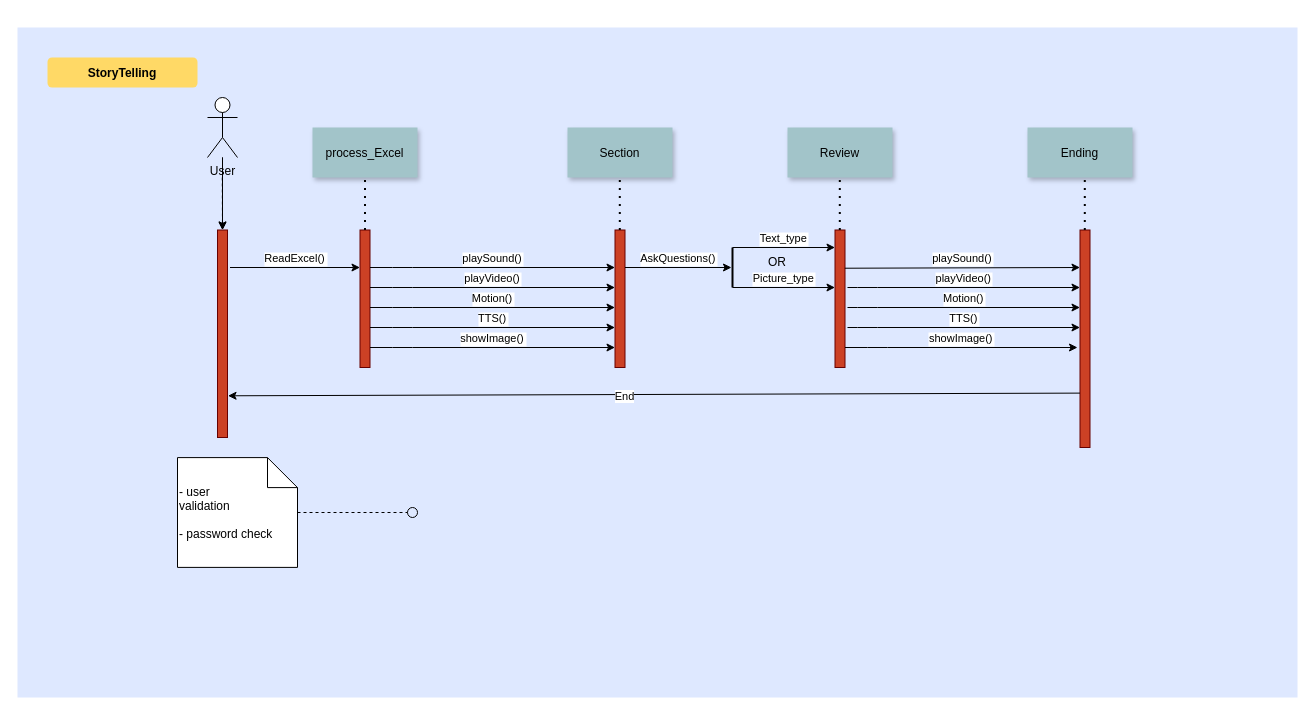
Before: page "sequence diagram" (1 of 2) of Untitled Diagram.drawio in chewwwyong/dosomethingexcel, a draw.io diagram. Source tidied: cells renumbered, new cells numbered last; positions are measured from the earlier drawing's top-left corner, leaving out a move shared by most shapes. Both pictures are drawn from the tidied source at 100%, with x=0, y=0 at pixel (17, 27).
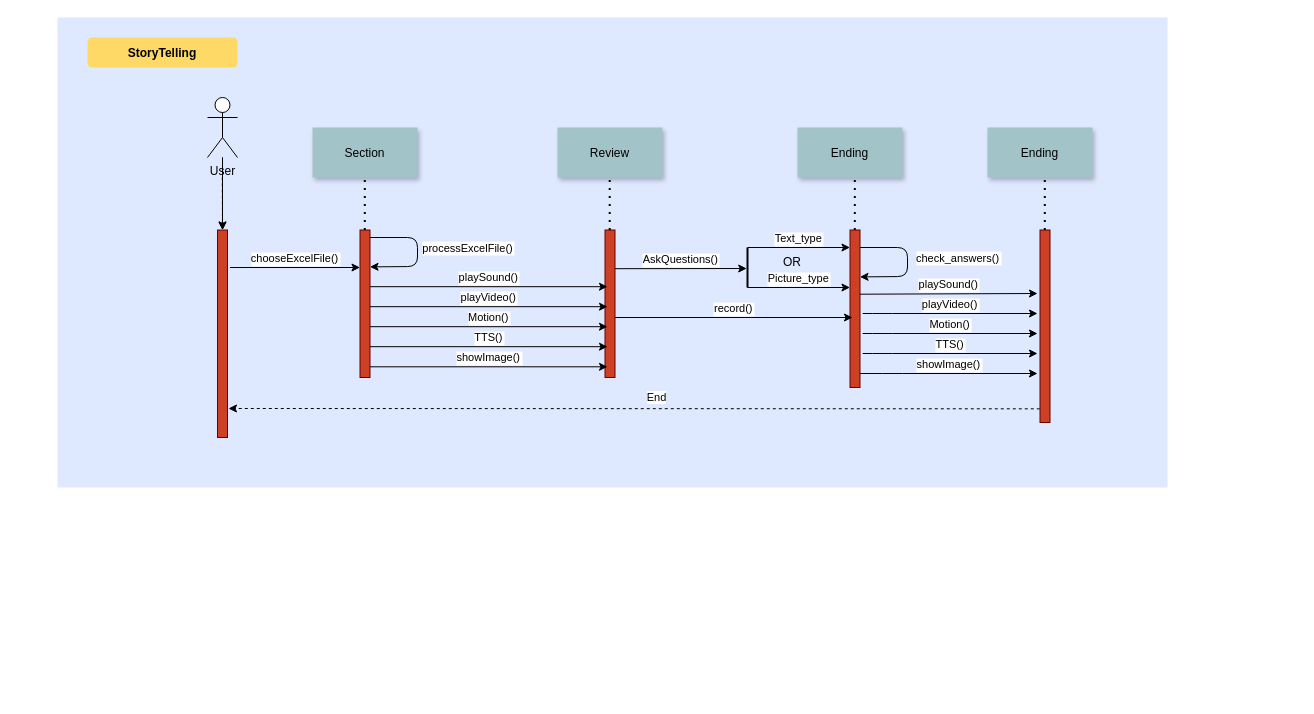
The same page after the edit.

The change refers to these unchanged cells:
```xml
<mxCell id="5" style="fillColor=#CC4125;strokeColor=#660000;" parent="1" vertex="1">
  <mxGeometry x="200" y="202.5" width="10" height="207.5" as="geometry" />
</mxCell>
```

What changed in the source:
```diff
@@
-    <mxCell id="2" style="edgeStyle=none;endArrow=none;" parent="1" edge="1">
-      <mxGeometry x="984.8" y="270" as="geometry">
-        <mxPoint x="1062.5" y="150" as="sourcePoint" />
-        <mxPoint x="1062.5" y="220" as="targetPoint" />
-      </mxGeometry>
-    </mxCell>
-    <mxCell id="3" style="edgeStyle=none;endArrow=none;" parent="1" edge="1">
-      <mxGeometry x="744.4" y="270" as="geometry">
-        <mxPoint x="822.2" y="150" as="sourcePoint" />
-        <mxPoint x="822.2" y="220" as="targetPoint" />
-      </mxGeometry>
-    </mxCell>
     <mxCell id="4" style="fillColor=#DEE8FF;strokeColor=none;" parent="1" vertex="1">
-      <mxGeometry width="1280" height="670" as="geometry" />
+      <mxGeometry x="40" y="-10" width="1110" height="470" as="geometry" />
     </mxCell>
@@
-    <mxCell id="6" value="process_Excel" style="shadow=1;fillColor=#A2C4C9;strokeColor=none;" parent="1" vertex="1">
-      <mxGeometry x="295" y="100" width="105" height="50" as="geometry" />
-    </mxCell>
-    <mxCell id="7" value="ReadExcel()" style="edgeStyle=none;verticalLabelPosition=top;verticalAlign=bottom;" parent="1" edge="1">
+    <mxCell id="7" value="chooseExcelFile()" style="edgeStyle=none;verticalLabelPosition=top;verticalAlign=bottom;" parent="1" edge="1">
       <mxGeometry x="222.5" y="112.5" as="geometry">
         <mxPoint x="212.5" y="240" as="sourcePoint" />
         <mxPoint x="342.5" y="240" as="targetPoint" />
       </mxGeometry>
     </mxCell>
     <mxCell id="8" value="Section" style="shadow=1;fillColor=#A2C4C9;strokeColor=none;" parent="1" vertex="1">
-      <mxGeometry x="550" y="100" width="105" height="50" as="geometry" />
+      <mxGeometry x="295" y="100" width="105" height="50" as="geometry" />
     </mxCell>
     <mxCell id="9" style="fillColor=#CC4125;strokeColor=#660000;" parent="1" vertex="1">
-      <mxGeometry x="597.5" y="202.5" width="10" height="137.5" as="geometry" />
+      <mxGeometry x="342.5" y="202.5" width="10" height="147.5" as="geometry" />
     </mxCell>
     <mxCell id="10" style="fillColor=#CC4125;strokeColor=#660000;" parent="1" vertex="1">
-      <mxGeometry x="817.5" y="202.5" width="10" height="137.5" as="geometry" />
+      <mxGeometry x="587.5" y="202.5" width="10" height="147.5" as="geometry" />
     </mxCell>
     <mxCell id="11" value="Review" style="shadow=1;fillColor=#A2C4C9;strokeColor=none;" parent="1" vertex="1">
-      <mxGeometry x="770" y="100" width="105" height="50" as="geometry" />
+      <mxGeometry x="540" y="100" width="105" height="50" as="geometry" />
     </mxCell>
     <mxCell id="12" value="Ending" style="shadow=1;fillColor=#A2C4C9;strokeColor=none;" parent="1" vertex="1">
-      <mxGeometry x="1010" y="100" width="105" height="50" as="geometry" />
+      <mxGeometry x="780" y="100" width="105" height="50" as="geometry" />
     </mxCell>
     <mxCell id="13" style="fillColor=#CC4125;strokeColor=#660000;" parent="1" vertex="1">
-      <mxGeometry x="1062.5" y="202.5" width="10" height="217.5" as="geometry" />
+      <mxGeometry x="832.5" y="202.5" width="10" height="157.5" as="geometry" />
     </mxCell>
-    <mxCell id="14" value="AskQuestions()" style="edgeStyle=elbowEdgeStyle;elbow=vertical;verticalLabelPosition=top;verticalAlign=bottom;entryX=0.503;entryY=0.602;entryDx=0;entryDy=0;entryPerimeter=0;" parent="1" edge="1" source="9" target="36">
-      <mxGeometry x="540" y="270" as="geometry">
-        <Array as="points">
-          <mxPoint x="640" y="240" />
-          <mxPoint x="590" y="310" />
-        </Array>
-      </mxGeometry>
-    </mxCell>
@@
-    <mxCell id="16" value=" - user&#10; validation&#10;&#10; - password check" style="shape=note;align=left;" parent="1" vertex="1">
-      <mxGeometry x="160" y="430.1" width="120" height="109.8" as="geometry" />
-    </mxCell>
     <mxCell id="17" value="StoryTelling" style="rounded=1;fontStyle=1;fillColor=#FFD966;strokeColor=none;" parent="1" vertex="1">
-      <mxGeometry x="30" y="30" width="150" height="30" as="geometry" />
+      <mxGeometry x="70" y="10" width="150" height="30" as="geometry" />
     </mxCell>
@@
-    <mxCell id="20" value="User" style="shape=umlActor;verticalLabelPosition=bottom;verticalAlign=top;html=1;outlineConnect=0;" parent="1" vertex="1">
+    <mxCell id="20" value="User" style="shape=umlActor;verticalLabelPosition=bottom;verticalAlign=top;html=1;outlineConnect=0;rotation=0;" parent="1" vertex="1">
       <mxGeometry x="190" y="70" width="30" height="60" as="geometry" />
     </mxCell>
-    <mxCell id="21" style="fillColor=#CC4125;strokeColor=#660000;" parent="1" vertex="1">
-      <mxGeometry x="342.5" y="202.5" width="10" height="137.5" as="geometry" />
-    </mxCell>
-    <mxCell id="22" style="ellipse;fillColor=none;direction=south;" parent="1" vertex="1">
-      <mxGeometry x="390" y="480" width="10" height="10" as="geometry" />
-    </mxCell>
-    <mxCell id="23" style="edgeStyle=none;endArrow=none;dashed=1;" parent="1" edge="1" source="16" target="22">
-      <mxGeometry x="1290" y="180" as="geometry" />
-    </mxCell>
-    <mxCell id="24" style="endArrow=classic;html=1;entryX=1.053;entryY=0.799;entryDx=0;entryDy=0;exitX=0;exitY=0.75;exitDx=0;exitDy=0;entryPerimeter=0;" parent="1" edge="1" source="13" target="5">
-      <mxGeometry relative="1" as="geometry" />
+    <mxCell id="24" style="endArrow=classic;html=1;dashed=1;exitX=-0.021;exitY=0.929;exitDx=0;exitDy=0;exitPerimeter=0;" parent="1" edge="1" source="57">
+      <mxGeometry relative="1" as="geometry">
+        <mxPoint x="211" y="381" as="targetPoint" />
+      </mxGeometry>
     </mxCell>
     <mxCell id="25" value="End" style="edgeLabel;html=1;align=center;verticalAlign=middle;" parent="24" vertex="1">
-      <mxGeometry x="0.07" y="1" relative="1" as="geometry" />
+      <mxGeometry x="0.07" y="1" relative="1" as="geometry">
+        <mxPoint x="50.2" y="-12.2" as="offset" />
+      </mxGeometry>
     </mxCell>
-    <mxCell id="26" value="playVideo()" style="edgeStyle=elbowEdgeStyle;elbow=vertical;verticalLabelPosition=top;verticalAlign=bottom;" parent="1" edge="1" target="9">
-      <mxGeometry x="285" y="290" as="geometry">
-        <mxPoint x="352.5" y="260" as="sourcePoint" />
-        <Array as="points">
-          <mxPoint x="385" y="260" />
-          <mxPoint x="335" y="330" />
-        </Array>
-      </mxGeometry>
-    </mxCell>
-    <mxCell id="27" value="Motion()" style="edgeStyle=elbowEdgeStyle;elbow=vertical;verticalLabelPosition=top;verticalAlign=bottom;" parent="1" edge="1">
-      <mxGeometry x="285" y="310" as="geometry">
-        <mxPoint x="352.5" y="280" as="sourcePoint" />
-        <mxPoint x="597.5" y="280" as="targetPoint" />
-        <Array as="points">
-          <mxPoint x="385" y="280" />
-          <mxPoint x="335" y="350" />
-        </Array>
-      </mxGeometry>
-    </mxCell>
-    <mxCell id="28" value="playSound()" style="edgeStyle=elbowEdgeStyle;elbow=vertical;verticalLabelPosition=top;verticalAlign=bottom;" parent="1" edge="1">
-      <mxGeometry x="285" y="270" as="geometry">
-        <mxPoint x="352.5" y="240" as="sourcePoint" />
-        <mxPoint x="597.5" y="240" as="targetPoint" />
-        <Array as="points">
-          <mxPoint x="385" y="240" />
-          <mxPoint x="335" y="310" />
-        </Array>
-      </mxGeometry>
-    </mxCell>
-    <mxCell id="29" value="TTS()" style="edgeStyle=elbowEdgeStyle;elbow=vertical;verticalLabelPosition=top;verticalAlign=bottom;" parent="1" edge="1">
-      <mxGeometry x="285" y="330" as="geometry">
-        <mxPoint x="352.5" y="300" as="sourcePoint" />
-        <mxPoint x="597.5" y="300" as="targetPoint" />
-        <Array as="points">
-          <mxPoint x="385" y="300" />
-          <mxPoint x="335" y="370" />
-        </Array>
-      </mxGeometry>
-    </mxCell>
-    <mxCell id="30" value="playVideo()" style="edgeStyle=elbowEdgeStyle;elbow=vertical;verticalLabelPosition=top;verticalAlign=bottom;" parent="1" edge="1">
-      <mxGeometry x="750" y="290" as="geometry">
-        <mxPoint x="830" y="260" as="sourcePoint" />
-        <mxPoint x="1062.5" y="260" as="targetPoint" />
-        <Array as="points">
-          <mxPoint x="850" y="260" />
-          <mxPoint x="800" y="330" />
-        </Array>
-      </mxGeometry>
-    </mxCell>
-    <mxCell id="31" value="Motion()" style="edgeStyle=elbowEdgeStyle;elbow=vertical;verticalLabelPosition=top;verticalAlign=bottom;" parent="1" edge="1">
-      <mxGeometry x="750" y="310" as="geometry">
-        <mxPoint x="830" y="280" as="sourcePoint" />
-        <mxPoint x="1062.5" y="280" as="targetPoint" />
-        <Array as="points">
-          <mxPoint x="850" y="280" />
-          <mxPoint x="800" y="350" />
-        </Array>
-      </mxGeometry>
-    </mxCell>
-    <mxCell id="32" value="playSound()" style="edgeStyle=elbowEdgeStyle;elbow=vertical;verticalLabelPosition=top;verticalAlign=bottom;exitX=0.983;exitY=0.278;exitDx=0;exitDy=0;exitPerimeter=0;" parent="1" edge="1" source="10">
-      <mxGeometry x="750" y="270" as="geometry">
-        <mxPoint x="1062.5" y="240" as="targetPoint" />
-        <Array as="points">
-          <mxPoint x="850" y="240" />
-          <mxPoint x="800" y="310" />
-        </Array>
-      </mxGeometry>
-    </mxCell>
-    <mxCell id="33" value="TTS()" style="edgeStyle=elbowEdgeStyle;elbow=vertical;verticalLabelPosition=top;verticalAlign=bottom;" parent="1" edge="1">
-      <mxGeometry x="750" y="330" as="geometry">
-        <mxPoint x="830" y="300" as="sourcePoint" />
-        <mxPoint x="1062.5" y="300" as="targetPoint" />
-        <Array as="points">
-          <mxPoint x="850" y="300" />
-          <mxPoint x="800" y="370" />
-        </Array>
-      </mxGeometry>
-    </mxCell>
     <mxCell id="34" value="Text_type" style="edgeStyle=elbowEdgeStyle;elbow=vertical;verticalLabelPosition=top;verticalAlign=bottom;" parent="1" edge="1">
-      <mxGeometry x="647.5" y="250" as="geometry">
-        <mxPoint x="715" y="220" as="sourcePoint" />
-        <mxPoint x="817.5" y="220" as="targetPoint" />
+      <mxGeometry x="662.5" y="250" as="geometry">
+        <mxPoint x="730" y="220" as="sourcePoint" />
+        <mxPoint x="832.5" y="220" as="targetPoint" />
         <Array as="points">
-          <mxPoint x="747.5" y="220" />
-          <mxPoint x="697.5" y="290" />
+          <mxPoint x="762.5" y="220" />
+          <mxPoint x="712.5" y="290" />
         </Array>
       </mxGeometry>
     </mxCell>
     <mxCell id="35" value="Picture_type" style="edgeStyle=elbowEdgeStyle;elbow=vertical;verticalLabelPosition=top;verticalAlign=bottom;" parent="1" edge="1">
-      <mxGeometry x="647.5" y="290" as="geometry">
-        <mxPoint x="715" y="260" as="sourcePoint" />
-        <mxPoint x="817.5" y="260" as="targetPoint" />
+      <mxGeometry x="662.5" y="290" as="geometry">
+        <mxPoint x="730" y="260" as="sourcePoint" />
+        <mxPoint x="832.5" y="260" as="targetPoint" />
         <Array as="points">
-          <mxPoint x="747.5" y="260" />
-          <mxPoint x="697.5" y="330" />
+          <mxPoint x="762.5" y="260" />
+          <mxPoint x="712.5" y="330" />
         </Array>
       </mxGeometry>
     </mxCell>
     <mxCell id="36" style="line;strokeWidth=2;direction=south;html=1;" parent="1" vertex="1">
-      <mxGeometry x="710" y="220" width="10" height="40" as="geometry" />
+      <mxGeometry x="725" y="220" width="10" height="40" as="geometry" />
     </mxCell>
     <mxCell id="37" value="OR" style="text;html=1;fillColor=none;align=center;verticalAlign=middle;whiteSpace=wrap;rounded=0;" parent="1" vertex="1">
-      <mxGeometry x="750" y="230" width="20" height="10" as="geometry" />
+      <mxGeometry x="765" y="230" width="20" height="10" as="geometry" />
     </mxCell>
-    <mxCell id="38" value="showImage()" style="edgeStyle=elbowEdgeStyle;elbow=vertical;verticalLabelPosition=top;verticalAlign=bottom;" parent="1" edge="1">
-      <mxGeometry x="285" y="350" as="geometry">
-        <mxPoint x="352.5" y="320" as="sourcePoint" />
-        <mxPoint x="597.5" y="320" as="targetPoint" />
-        <Array as="points">
-          <mxPoint x="385" y="320" />
-          <mxPoint x="335" y="390" />
-        </Array>
-      </mxGeometry>
-    </mxCell>
-    <mxCell id="39" value="showImage()" style="edgeStyle=elbowEdgeStyle;elbow=vertical;verticalLabelPosition=top;verticalAlign=bottom;" parent="1" edge="1">
-      <mxGeometry x="760" y="350" as="geometry">
-        <mxPoint x="827.5" y="320" as="sourcePoint" />
-        <mxPoint x="1060" y="320" as="targetPoint" />
-        <Array as="points">
-          <mxPoint x="860" y="320" />
-          <mxPoint x="810" y="390" />
-        </Array>
-      </mxGeometry>
-    </mxCell>
-    <mxCell id="40" style="endArrow=none;dashed=1;html=1;dashPattern=1 3;strokeWidth=2;entryX=0.5;entryY=1;entryDx=0;entryDy=0;exitX=0.5;exitY=0;exitDx=0;exitDy=0;" parent="1" edge="1" source="21" target="6">
-      <mxGeometry relative="1" as="geometry" />
-    </mxCell>
     <mxCell id="41" style="endArrow=none;dashed=1;html=1;dashPattern=1 3;strokeWidth=2;entryX=0.5;entryY=1;entryDx=0;entryDy=0;exitX=0.5;exitY=0;exitDx=0;exitDy=0;" parent="1" edge="1">
       <mxGeometry relative="1" as="geometry">
-        <mxPoint x="602.3" y="202.5" as="sourcePoint" />
-        <mxPoint x="602.3" y="150" as="targetPoint" />
+        <mxPoint x="347.3" y="202.5" as="sourcePoint" />
+        <mxPoint x="347.3" y="150" as="targetPoint" />
       </mxGeometry>
     </mxCell>
-    <mxCell id="42" style="endArrow=none;dashed=1;html=1;dashPattern=1 3;strokeWidth=2;entryX=0.5;entryY=1;entryDx=0;entryDy=0;exitX=0.5;exitY=0;exitDx=0;exitDy=0;" parent="1" edge="1">
-      <mxGeometry relative="1" as="geometry">
-        <mxPoint x="822.3" y="202.5" as="sourcePoint" />
-        <mxPoint x="822.3" y="150" as="targetPoint" />
-      </mxGeometry>
-    </mxCell>
     <mxCell id="43" style="endArrow=none;dashed=1;html=1;dashPattern=1 3;strokeWidth=2;entryX=0.5;entryY=1;entryDx=0;entryDy=0;exitX=0.5;exitY=0;exitDx=0;exitDy=0;" parent="1" edge="1">
       <mxGeometry relative="1" as="geometry">
-        <mxPoint x="1067.3" y="202.5" as="sourcePoint" />
-        <mxPoint x="1067.3" y="150" as="targetPoint" />
+        <mxPoint x="837.3" y="202.5" as="sourcePoint" />
+        <mxPoint x="837.3" y="150" as="targetPoint" />
       </mxGeometry>
     </mxCell>
+    <mxCell id="14" value="AskQuestions()" style="edgeStyle=elbowEdgeStyle;elbow=vertical;verticalLabelPosition=top;verticalAlign=bottom;jumpStyle=arc;entryX=0.535;entryY=0.581;entryDx=0;entryDy=0;entryPerimeter=0;" parent="1" edge="1" target="36">
+      <mxGeometry x="785" y="271.2" as="geometry">
+        <mxPoint x="597.5" y="241.2" as="sourcePoint" />
+        <Array as="points">
+          <mxPoint x="710" y="241" />
+        </Array>
+      </mxGeometry>
+    </mxCell>
+    <mxCell id="44" value="playVideo()" style="edgeStyle=elbowEdgeStyle;elbow=vertical;verticalLabelPosition=top;verticalAlign=bottom;" parent="1" edge="1">
+      <mxGeometry x="285" y="309.2" as="geometry">
+        <mxPoint x="352.5" y="279.2" as="sourcePoint" />
+        <mxPoint x="590" y="279.4" as="targetPoint" />
+        <Array as="points">
+          <mxPoint x="385" y="279.2" />
+          <mxPoint x="335" y="349.2" />
+        </Array>
+      </mxGeometry>
+    </mxCell>
+    <mxCell id="45" value="Motion()" style="edgeStyle=elbowEdgeStyle;elbow=vertical;verticalLabelPosition=top;verticalAlign=bottom;" parent="1" edge="1">
+      <mxGeometry x="285" y="329.2" as="geometry">
+        <mxPoint x="352.5" y="299.2" as="sourcePoint" />
+        <mxPoint x="590" y="299.4" as="targetPoint" />
+        <Array as="points">
+          <mxPoint x="385" y="299.2" />
+          <mxPoint x="335" y="369.2" />
+        </Array>
+      </mxGeometry>
+    </mxCell>
+    <mxCell id="28" value="playSound()" style="edgeStyle=elbowEdgeStyle;elbow=vertical;verticalLabelPosition=top;verticalAlign=bottom;" parent="1" edge="1">
+      <mxGeometry x="285" y="289.2" as="geometry">
+        <mxPoint x="352.5" y="259.2" as="sourcePoint" />
+        <mxPoint x="590" y="259.4" as="targetPoint" />
+        <Array as="points">
+          <mxPoint x="385" y="259.2" />
+          <mxPoint x="335" y="329.2" />
+        </Array>
+      </mxGeometry>
+    </mxCell>
+    <mxCell id="46" value="TTS()" style="edgeStyle=elbowEdgeStyle;elbow=vertical;verticalLabelPosition=top;verticalAlign=bottom;" parent="1" edge="1">
+      <mxGeometry x="285" y="349.2" as="geometry">
+        <mxPoint x="352.5" y="319.2" as="sourcePoint" />
+        <mxPoint x="590" y="319.4" as="targetPoint" />
+        <Array as="points">
+          <mxPoint x="385" y="319.2" />
+          <mxPoint x="335" y="389.2" />
+        </Array>
+      </mxGeometry>
+    </mxCell>
+    <mxCell id="47" style="endArrow=none;dashed=1;html=1;dashPattern=1 3;strokeWidth=2;entryX=0.5;entryY=1;entryDx=0;entryDy=0;exitX=0.5;exitY=0;exitDx=0;exitDy=0;" parent="1" edge="1">
+      <mxGeometry relative="1" as="geometry">
+        <mxPoint x="592.2" y="202.5" as="sourcePoint" />
+        <mxPoint x="592.2" y="150" as="targetPoint" />
+      </mxGeometry>
+    </mxCell>
+    <mxCell id="48" value="showImage()" style="edgeStyle=elbowEdgeStyle;elbow=vertical;verticalLabelPosition=top;verticalAlign=bottom;" parent="1" edge="1">
+      <mxGeometry x="285" y="369.3" as="geometry">
+        <mxPoint x="352.5" y="339.3" as="sourcePoint" />
+        <mxPoint x="590" y="339.5" as="targetPoint" />
+        <Array as="points">
+          <mxPoint x="385" y="339.3" />
+          <mxPoint x="335" y="409.3" />
+        </Array>
+      </mxGeometry>
+    </mxCell>
+    <mxCell id="49" value="processExcelFile()" style="edgeStyle=none;verticalLabelPosition=top;verticalAlign=bottom;entryX=1;entryY=0.25;entryDx=0;entryDy=0;" parent="1" edge="1" target="9">
+      <mxGeometry as="geometry">
+        <mxPoint x="352.5" y="210" as="sourcePoint" />
+        <Array as="points">
+          <mxPoint x="400" y="210" />
+          <mxPoint x="400" y="239" />
+        </Array>
+        <mxPoint x="98" y="5" as="offset" />
+      </mxGeometry>
+    </mxCell>
+    <mxCell id="50" value="playVideo()" style="edgeStyle=elbowEdgeStyle;elbow=vertical;verticalLabelPosition=top;verticalAlign=bottom;" parent="1" edge="1">
+      <mxGeometry x="765.2" y="316" as="geometry">
+        <mxPoint x="845.2" y="286" as="sourcePoint" />
+        <mxPoint x="1020" y="286" as="targetPoint" />
+        <Array as="points">
+          <mxPoint x="865.2" y="286" />
+          <mxPoint x="815.2" y="356" />
+        </Array>
+      </mxGeometry>
+    </mxCell>
+    <mxCell id="51" value="Motion()" style="edgeStyle=elbowEdgeStyle;elbow=vertical;verticalLabelPosition=top;verticalAlign=bottom;" parent="1" edge="1">
+      <mxGeometry x="765.2" y="336" as="geometry">
+        <mxPoint x="845.2" y="306" as="sourcePoint" />
+        <mxPoint x="1020" y="306" as="targetPoint" />
+        <Array as="points">
+          <mxPoint x="865.2" y="306" />
+          <mxPoint x="815.2" y="376" />
+        </Array>
+      </mxGeometry>
+    </mxCell>
+    <mxCell id="32" value="playSound()" style="edgeStyle=elbowEdgeStyle;elbow=vertical;verticalLabelPosition=top;verticalAlign=bottom;exitX=0.983;exitY=0.278;exitDx=0;exitDy=0;exitPerimeter=0;" parent="1" edge="1">
+      <mxGeometry x="765.2" y="296" as="geometry">
+        <mxPoint x="842.5" y="266.7" as="sourcePoint" />
+        <mxPoint x="1020" y="266" as="targetPoint" />
+        <Array as="points">
+          <mxPoint x="865.2" y="266" />
+          <mxPoint x="815.2" y="336" />
+        </Array>
+      </mxGeometry>
+    </mxCell>
+    <mxCell id="52" value="TTS()" style="edgeStyle=elbowEdgeStyle;elbow=vertical;verticalLabelPosition=top;verticalAlign=bottom;" parent="1" edge="1">
+      <mxGeometry x="765.2" y="356" as="geometry">
+        <mxPoint x="845.2" y="326" as="sourcePoint" />
+        <mxPoint x="1020" y="326" as="targetPoint" />
+        <Array as="points">
+          <mxPoint x="865.2" y="326" />
+          <mxPoint x="815.2" y="396" />
+        </Array>
+      </mxGeometry>
+    </mxCell>
+    <mxCell id="53" value="showImage()" style="edgeStyle=elbowEdgeStyle;elbow=vertical;verticalLabelPosition=top;verticalAlign=bottom;" parent="1" edge="1">
+      <mxGeometry x="775.2" y="376" as="geometry">
+        <mxPoint x="842.7" y="346" as="sourcePoint" />
+        <mxPoint x="1020" y="346" as="targetPoint" />
+        <Array as="points">
+          <mxPoint x="875.2" y="346" />
+          <mxPoint x="825.2" y="416" />
+        </Array>
+      </mxGeometry>
+    </mxCell>
+    <mxCell id="54" value="record()" style="edgeStyle=elbowEdgeStyle;elbow=vertical;verticalLabelPosition=top;verticalAlign=bottom;" parent="1" edge="1">
+      <mxGeometry x="530" y="320" as="geometry">
+        <mxPoint x="597.5" y="290" as="sourcePoint" />
+        <mxPoint x="835" y="290.2" as="targetPoint" />
+        <Array as="points">
+          <mxPoint x="630" y="290" />
+          <mxPoint x="580" y="360" />
+        </Array>
+      </mxGeometry>
+    </mxCell>
+    <mxCell id="55" value="check_answers()" style="edgeStyle=none;verticalLabelPosition=top;verticalAlign=bottom;entryX=1;entryY=0.25;entryDx=0;entryDy=0;" parent="1" edge="1">
+      <mxGeometry as="geometry">
+        <mxPoint x="842.5" y="220" as="sourcePoint" />
+        <mxPoint x="842.5" y="249.4" as="targetPoint" />
+        <Array as="points">
+          <mxPoint x="890" y="220" />
+          <mxPoint x="890" y="249" />
+        </Array>
+        <mxPoint x="98" y="5" as="offset" />
+      </mxGeometry>
+    </mxCell>
+    <mxCell id="56" value="Ending" style="shadow=1;fillColor=#A2C4C9;strokeColor=none;" parent="1" vertex="1">
+      <mxGeometry x="970" y="100" width="105" height="50" as="geometry" />
+    </mxCell>
+    <mxCell id="57" style="fillColor=#CC4125;strokeColor=#660000;" parent="1" vertex="1">
+      <mxGeometry x="1022.5" y="202.5" width="10" height="192.5" as="geometry" />
+    </mxCell>
+    <mxCell id="58" style="endArrow=none;dashed=1;html=1;dashPattern=1 3;strokeWidth=2;entryX=0.5;entryY=1;entryDx=0;entryDy=0;exitX=0.5;exitY=0;exitDx=0;exitDy=0;" parent="1" edge="1">
+      <mxGeometry relative="1" as="geometry">
+        <mxPoint x="1027.3" y="202.5" as="sourcePoint" />
+        <mxPoint x="1027.3" y="150" as="targetPoint" />
+      </mxGeometry>
+    </mxCell>
```
